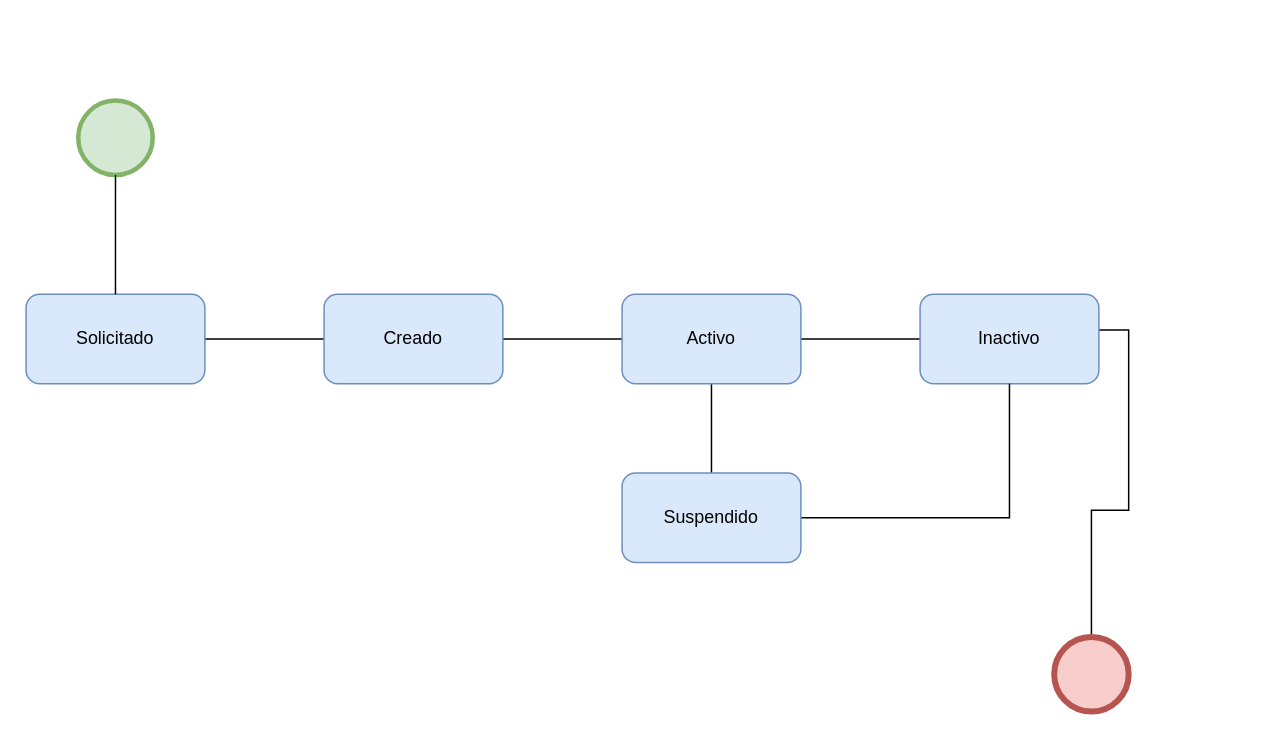
Earlier version of the draw.io diagram page "Diagrama de estados" (6 of 7) of Diagramas/Untitled Diagram.drawio (MitzyMo/Diagramas). Source tidied: cells renumbered, new cells numbered last; positions are measured from the earlier drawing's top-left corner, leaving out a move shared by most shapes. Both pictures are drawn from the tidied source at 149%, with x=0, y=0 at pixel (25, 100).
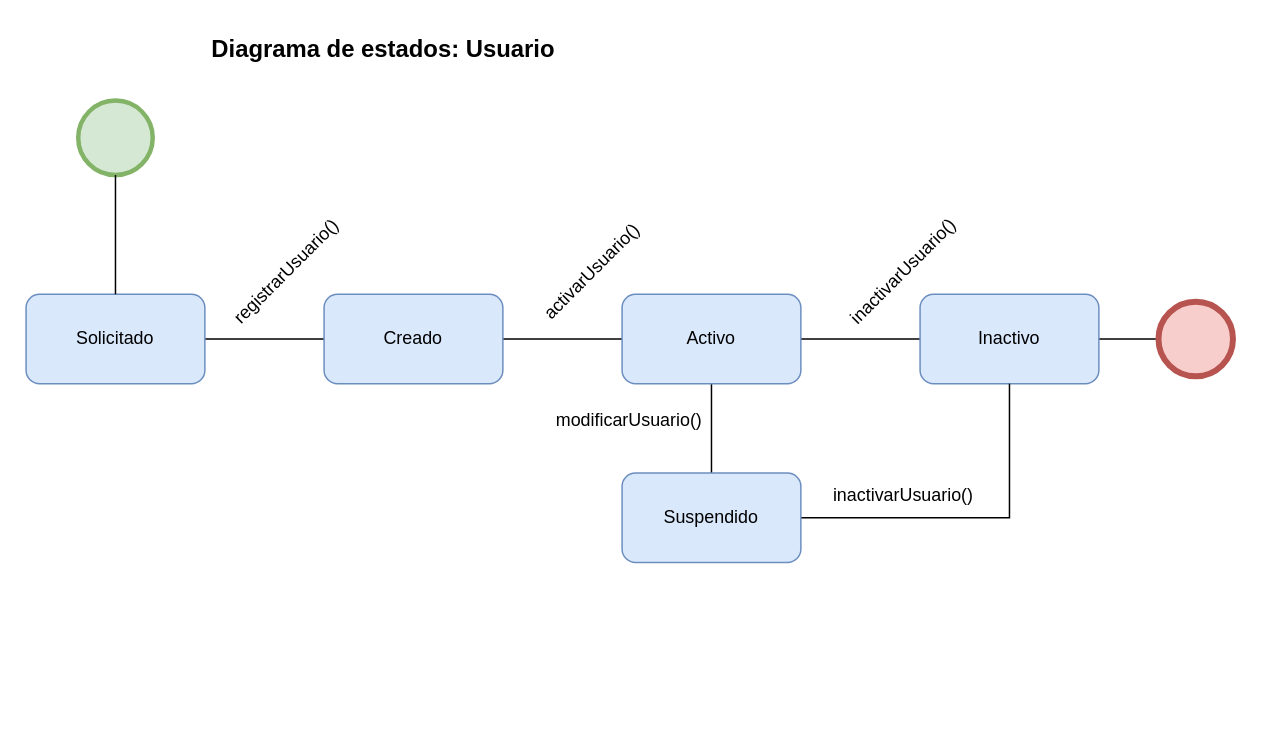
The same page after the edit.

Unchanged cells that the change refers to:
```xml
<mxCell id="2" style="ellipse;whiteSpace=wrap;html=1;fillColor=#d5e8d4;strokeColor=#82b366;strokeWidth=3;" parent="1" vertex="1">
  <mxGeometry x="35" width="50" height="50" as="geometry" />
</mxCell>
<mxCell id="4" value="Solicitado" style="rounded=1;whiteSpace=wrap;html=1;fillColor=#dae8fc;strokeColor=#6c8ebf;" parent="1" vertex="1">
  <mxGeometry y="130" width="120" height="60" as="geometry" />
</mxCell>
<mxCell id="11" value="Inactivo" style="rounded=1;whiteSpace=wrap;html=1;fillColor=#dae8fc;strokeColor=#6c8ebf;" parent="1" vertex="1">
  <mxGeometry x="600" y="130" width="120" height="60" as="geometry" />
</mxCell>
```

What changed in the source:
```diff
@@
-    <mxCell id="10" style="edgeStyle=orthogonalEdgeStyle;rounded=0;jettySize=auto;html=1;exitX=1;exitY=0.4;exitDx=0;exitDy=0;entryX=0.5;entryY=0;entryDx=0;entryDy=0;endArrow=none;endFill=0;exitPerimeter=0;" parent="1" edge="1" source="11" target="14">
+    <mxCell id="10" style="edgeStyle=orthogonalEdgeStyle;rounded=0;jettySize=auto;html=1;exitX=1;exitY=0.5;exitDx=0;exitDy=0;endArrow=none;endFill=0;" parent="1" edge="1" source="11" target="14">
       <mxGeometry relative="1" as="geometry" />
     </mxCell>
@@
     <mxCell id="14" style="ellipse;whiteSpace=wrap;html=1;fillColor=#f8cecc;strokeColor=#b85450;strokeWidth=4;" parent="1" vertex="1">
-      <mxGeometry x="690" y="360" width="50" height="50" as="geometry" />
+      <mxGeometry x="760" y="135" width="50" height="50" as="geometry" />
     </mxCell>
-    <mxCell id="15" style="endArrow=none;html=1;rounded=0;entryX=0.5;entryY=1;entryDx=0;entryDy=0;exitX=0.5;exitY=0;exitDx=0;exitDy=0;" parent="1" edge="1" source="4" target="2">
+    <mxCell id="15" style="endArrow=none;html=1;rounded=0;entryX=0.5;entryY=1;entryDx=0;entryDy=0;" parent="1" edge="1" source="4" target="2">
       <mxGeometry relative="1" as="geometry" />
     </mxCell>
+    <mxCell id="16" value="registrarUsuario()" style="text;html=1;strokeColor=none;fillColor=none;align=center;verticalAlign=middle;whiteSpace=wrap;rounded=0;rotation=-45;" parent="1" vertex="1">
+      <mxGeometry x="120" y="100" width="110" height="30" as="geometry" />
+    </mxCell>
+    <mxCell id="17" value="activarUsuario()" style="text;html=1;strokeColor=none;fillColor=none;align=center;verticalAlign=middle;whiteSpace=wrap;rounded=0;rotation=-45;" parent="1" vertex="1">
+      <mxGeometry x="325" y="100" width="110" height="30" as="geometry" />
+    </mxCell>
+    <mxCell id="18" value="inactivarUsuario()" style="text;html=1;strokeColor=none;fillColor=none;align=center;verticalAlign=middle;whiteSpace=wrap;rounded=0;rotation=-45;" parent="1" vertex="1">
+      <mxGeometry x="534" y="100" width="110" height="30" as="geometry" />
+    </mxCell>
+    <mxCell id="19" value="inactivarUsuario()" style="text;html=1;strokeColor=none;fillColor=none;align=center;verticalAlign=middle;whiteSpace=wrap;rounded=0;rotation=0;" parent="1" vertex="1">
+      <mxGeometry x="534" y="250" width="110" height="30" as="geometry" />
+    </mxCell>
+    <mxCell id="20" value="modificarUsuario()" style="text;html=1;strokeColor=none;fillColor=none;align=center;verticalAlign=middle;whiteSpace=wrap;rounded=0;rotation=0;" parent="1" vertex="1">
+      <mxGeometry x="350" y="200" width="110" height="30" as="geometry" />
+    </mxCell>
+    <mxCell id="21" value="Diagrama de estados: Usuario" style="text;html=1;strokeColor=none;fillColor=none;align=center;verticalAlign=middle;whiteSpace=wrap;rounded=0;fontStyle=1;fontSize=16;" parent="1" vertex="1">
+      <mxGeometry x="110" y="-50" width="260" height="30" as="geometry" />
+    </mxCell>
```
